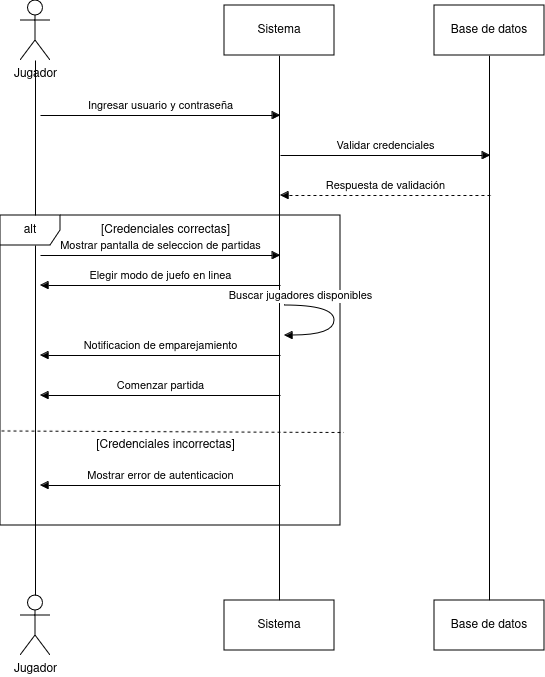
Earlier version of the draw.io export diagrama-secuencias.drawio.png (mahoramas/diagrama-secuencia). Source tidied: cells renumbered, new cells last; positions are measured from the earlier drawing's top-left corner, leaving out a move shared by most shapes. The source it was exported from:
```xml
<mxGraphModel>
  <root>
    <mxCell id="0" />
    <mxCell id="1" parent="0" />
    <mxCell id="2" style="edgeStyle=orthogonalEdgeStyle;rounded=0;jettySize=auto;html=1;entryX=0.5;entryY=0;entryDx=0;entryDy=0;endArrow=none;startFill=0;" parent="1" edge="1" source="3" target="7">
      <mxGeometry relative="1" as="geometry" />
    </mxCell>
    <mxCell id="3" value="Sistema" style="html=1;whiteSpace=wrap;" parent="1" vertex="1">
      <mxGeometry x="224" y="5" width="110" height="50" as="geometry" />
    </mxCell>
    <mxCell id="4" style="edgeStyle=orthogonalEdgeStyle;rounded=0;jettySize=auto;html=1;entryX=0.5;entryY=0;entryDx=0;entryDy=0;endArrow=none;startFill=0;" parent="1" edge="1" source="5" target="8">
      <mxGeometry relative="1" as="geometry" />
    </mxCell>
    <mxCell id="5" value="Base de datos" style="html=1;whiteSpace=wrap;" parent="1" vertex="1">
      <mxGeometry x="434" y="5" width="110" height="50" as="geometry" />
    </mxCell>
    <mxCell id="6" value="Jugador" style="shape=umlActor;verticalLabelPosition=bottom;verticalAlign=top;html=1;" parent="1" vertex="1">
      <mxGeometry x="20" width="30" height="60" as="geometry" />
    </mxCell>
    <mxCell id="7" value="Sistema" style="html=1;whiteSpace=wrap;" parent="1" vertex="1">
      <mxGeometry x="224" y="600" width="110" height="50" as="geometry" />
    </mxCell>
    <mxCell id="8" value="Base de datos" style="html=1;whiteSpace=wrap;" parent="1" vertex="1">
      <mxGeometry x="434" y="600" width="110" height="50" as="geometry" />
    </mxCell>
    <mxCell id="9" value="Jugador" style="shape=umlActor;verticalLabelPosition=bottom;verticalAlign=top;html=1;" parent="1" vertex="1">
      <mxGeometry x="20" y="595" width="30" height="60" as="geometry" />
    </mxCell>
    <mxCell id="10" style="edgeStyle=orthogonalEdgeStyle;rounded=0;jettySize=auto;html=1;entryX=0.5;entryY=0;entryDx=0;entryDy=0;entryPerimeter=0;endArrow=none;startFill=0;" parent="1" edge="1" source="6" target="9">
      <mxGeometry relative="1" as="geometry" />
    </mxCell>
    <mxCell id="11" value="Ingresar usuario y contraseña" style="html=1;verticalAlign=bottom;endArrow=block;curved=0;rounded=0;" parent="1" edge="1">
      <mxGeometry relative="1" as="geometry">
        <mxPoint x="40" y="115" as="sourcePoint" />
        <mxPoint x="280" y="115" as="targetPoint" />
      </mxGeometry>
    </mxCell>
    <mxCell id="12" value="Validar credenciales" style="html=1;verticalAlign=bottom;endArrow=block;curved=0;rounded=0;" parent="1" edge="1">
      <mxGeometry relative="1" as="geometry">
        <mxPoint x="280" y="155" as="sourcePoint" />
        <mxPoint x="490" y="155" as="targetPoint" />
      </mxGeometry>
    </mxCell>
    <mxCell id="13" value="Respuesta de validación" style="html=1;verticalAlign=bottom;endArrow=block;curved=0;rounded=0;dashed=1;" parent="1" edge="1">
      <mxGeometry relative="1" as="geometry">
        <mxPoint x="490" y="195" as="sourcePoint" />
        <mxPoint x="280" y="195" as="targetPoint" />
      </mxGeometry>
    </mxCell>
    <mxCell id="14" value="alt" style="shape=umlFrame;whiteSpace=wrap;html=1;" parent="1" vertex="1">
      <mxGeometry y="215" width="340" height="310" as="geometry" />
    </mxCell>
    <mxCell id="15" style="edgeStyle=none;orthogonalLoop=1;jettySize=auto;html=1;rounded=0;endArrow=none;startFill=0;dashed=1;entryX=1.01;entryY=0.7;entryDx=0;entryDy=0;entryPerimeter=0;exitX=0.003;exitY=0.695;exitDx=0;exitDy=0;exitPerimeter=0;" parent="1" edge="1" source="14" target="14">
      <mxGeometry relative="1" as="geometry" />
    </mxCell>
    <mxCell id="16" value="[Credenciales correctas]" style="text;html=1;align=center;verticalAlign=middle;strokeColor=none;fillColor=none;" parent="1" vertex="1">
      <mxGeometry x="90" y="215" width="150" height="30" as="geometry" />
    </mxCell>
    <mxCell id="17" value="Mostrar pantalla de seleccion de partidas" style="html=1;verticalAlign=bottom;endArrow=block;curved=0;rounded=0;" parent="1" edge="1">
      <mxGeometry relative="1" as="geometry">
        <mxPoint x="40" y="255" as="sourcePoint" />
        <mxPoint x="280" y="255" as="targetPoint" />
      </mxGeometry>
    </mxCell>
    <mxCell id="18" value="Elegir modo de juefo en linea" style="html=1;verticalAlign=bottom;endArrow=block;curved=0;rounded=0;" parent="1" edge="1">
      <mxGeometry relative="1" as="geometry">
        <mxPoint x="280" y="285" as="sourcePoint" />
        <mxPoint x="40" y="285" as="targetPoint" />
      </mxGeometry>
    </mxCell>
    <mxCell id="19" value="Buscar jugadores disponibles" style="html=1;verticalAlign=bottom;endArrow=block;curved=1;rounded=0;edgeStyle=orthogonalEdgeStyle;" parent="1" edge="1">
      <mxGeometry x="-0.75" relative="1" as="geometry">
        <mxPoint x="284" y="305" as="sourcePoint" />
        <mxPoint x="284" y="335" as="targetPoint" />
        <Array as="points">
          <mxPoint x="334" y="305" />
          <mxPoint x="334" y="335" />
        </Array>
      </mxGeometry>
    </mxCell>
    <mxCell id="20" value="Notificacion de emparejamiento" style="html=1;verticalAlign=bottom;endArrow=block;curved=0;rounded=0;" parent="1" edge="1">
      <mxGeometry relative="1" as="geometry">
        <mxPoint x="280" y="355" as="sourcePoint" />
        <mxPoint x="40" y="355" as="targetPoint" />
      </mxGeometry>
    </mxCell>
    <mxCell id="21" value="Comenzar partida" style="html=1;verticalAlign=bottom;endArrow=block;curved=0;rounded=0;" parent="1" edge="1">
      <mxGeometry relative="1" as="geometry">
        <mxPoint x="280" y="395" as="sourcePoint" />
        <mxPoint x="40" y="395" as="targetPoint" />
      </mxGeometry>
    </mxCell>
    <mxCell id="22" value="[Credenciales incorrectas]" style="text;html=1;align=center;verticalAlign=middle;strokeColor=none;fillColor=none;" parent="1" vertex="1">
      <mxGeometry x="85" y="430" width="160" height="30" as="geometry" />
    </mxCell>
    <mxCell id="23" value="Mostrar error de autenticacion" style="html=1;verticalAlign=bottom;endArrow=block;curved=0;rounded=0;" parent="1" edge="1">
      <mxGeometry relative="1" as="geometry">
        <mxPoint x="280" y="485" as="sourcePoint" />
        <mxPoint x="40" y="485" as="targetPoint" />
      </mxGeometry>
    </mxCell>
  </root>
</mxGraphModel>
```
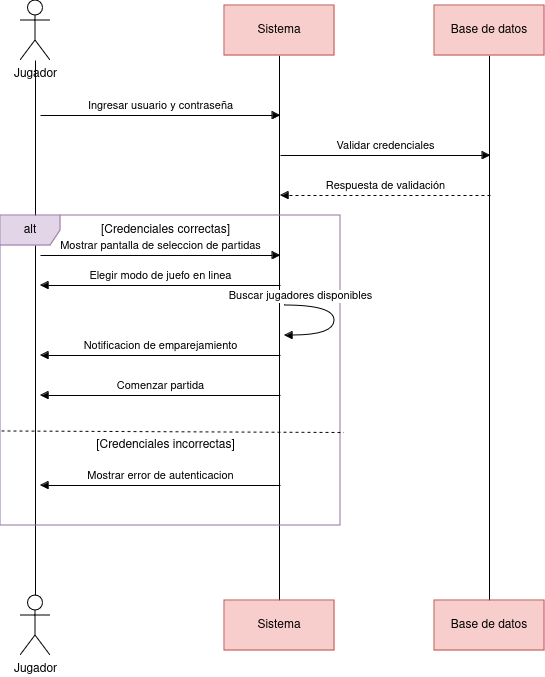
The same diagram one commit later.

What changed in the source:
```diff
@@ -5,22 +5,22 @@
     <mxCell id="2" style="edgeStyle=orthogonalEdgeStyle;rounded=0;jettySize=auto;html=1;entryX=0.5;entryY=0;entryDx=0;entryDy=0;endArrow=none;startFill=0;" parent="1" edge="1" source="3" target="7">
       <mxGeometry relative="1" as="geometry" />
     </mxCell>
-    <mxCell id="3" value="Sistema" style="html=1;whiteSpace=wrap;" parent="1" vertex="1">
+    <mxCell id="3" value="Sistema" style="html=1;whiteSpace=wrap;fillColor=#f8cecc;strokeColor=#b85450;" parent="1" vertex="1">
       <mxGeometry x="224" y="5" width="110" height="50" as="geometry" />
     </mxCell>
     <mxCell id="4" style="edgeStyle=orthogonalEdgeStyle;rounded=0;jettySize=auto;html=1;entryX=0.5;entryY=0;entryDx=0;entryDy=0;endArrow=none;startFill=0;" parent="1" edge="1" source="5" target="8">
       <mxGeometry relative="1" as="geometry" />
     </mxCell>
-    <mxCell id="5" value="Base de datos" style="html=1;whiteSpace=wrap;" parent="1" vertex="1">
+    <mxCell id="5" value="Base de datos" style="html=1;whiteSpace=wrap;fillColor=#f8cecc;strokeColor=#b85450;" parent="1" vertex="1">
       <mxGeometry x="434" y="5" width="110" height="50" as="geometry" />
     </mxCell>
     <mxCell id="6" value="Jugador" style="shape=umlActor;verticalLabelPosition=bottom;verticalAlign=top;html=1;" parent="1" vertex="1">
       <mxGeometry x="20" width="30" height="60" as="geometry" />
     </mxCell>
-    <mxCell id="7" value="Sistema" style="html=1;whiteSpace=wrap;" parent="1" vertex="1">
+    <mxCell id="7" value="Sistema" style="html=1;whiteSpace=wrap;fillColor=#f8cecc;strokeColor=#b85450;" parent="1" vertex="1">
       <mxGeometry x="224" y="600" width="110" height="50" as="geometry" />
     </mxCell>
-    <mxCell id="8" value="Base de datos" style="html=1;whiteSpace=wrap;" parent="1" vertex="1">
+    <mxCell id="8" value="Base de datos" style="html=1;whiteSpace=wrap;fillColor=#f8cecc;strokeColor=#b85450;" parent="1" vertex="1">
       <mxGeometry x="434" y="600" width="110" height="50" as="geometry" />
     </mxCell>
     <mxCell id="9" value="Jugador" style="shape=umlActor;verticalLabelPosition=bottom;verticalAlign=top;html=1;" parent="1" vertex="1">
@@ -47,7 +47,7 @@
         <mxPoint x="280" y="195" as="targetPoint" />
       </mxGeometry>
     </mxCell>
-    <mxCell id="14" value="alt" style="shape=umlFrame;whiteSpace=wrap;html=1;" parent="1" vertex="1">
+    <mxCell id="14" value="alt" style="shape=umlFrame;whiteSpace=wrap;html=1;fillColor=#e1d5e7;strokeColor=#9673a6;" parent="1" vertex="1">
       <mxGeometry y="215" width="340" height="310" as="geometry" />
     </mxCell>
     <mxCell id="15" style="edgeStyle=none;orthogonalLoop=1;jettySize=auto;html=1;rounded=0;endArrow=none;startFill=0;dashed=1;entryX=1.01;entryY=0.7;entryDx=0;entryDy=0;entryPerimeter=0;exitX=0.003;exitY=0.695;exitDx=0;exitDy=0;exitPerimeter=0;" parent="1" edge="1" source="14" target="14">
```
